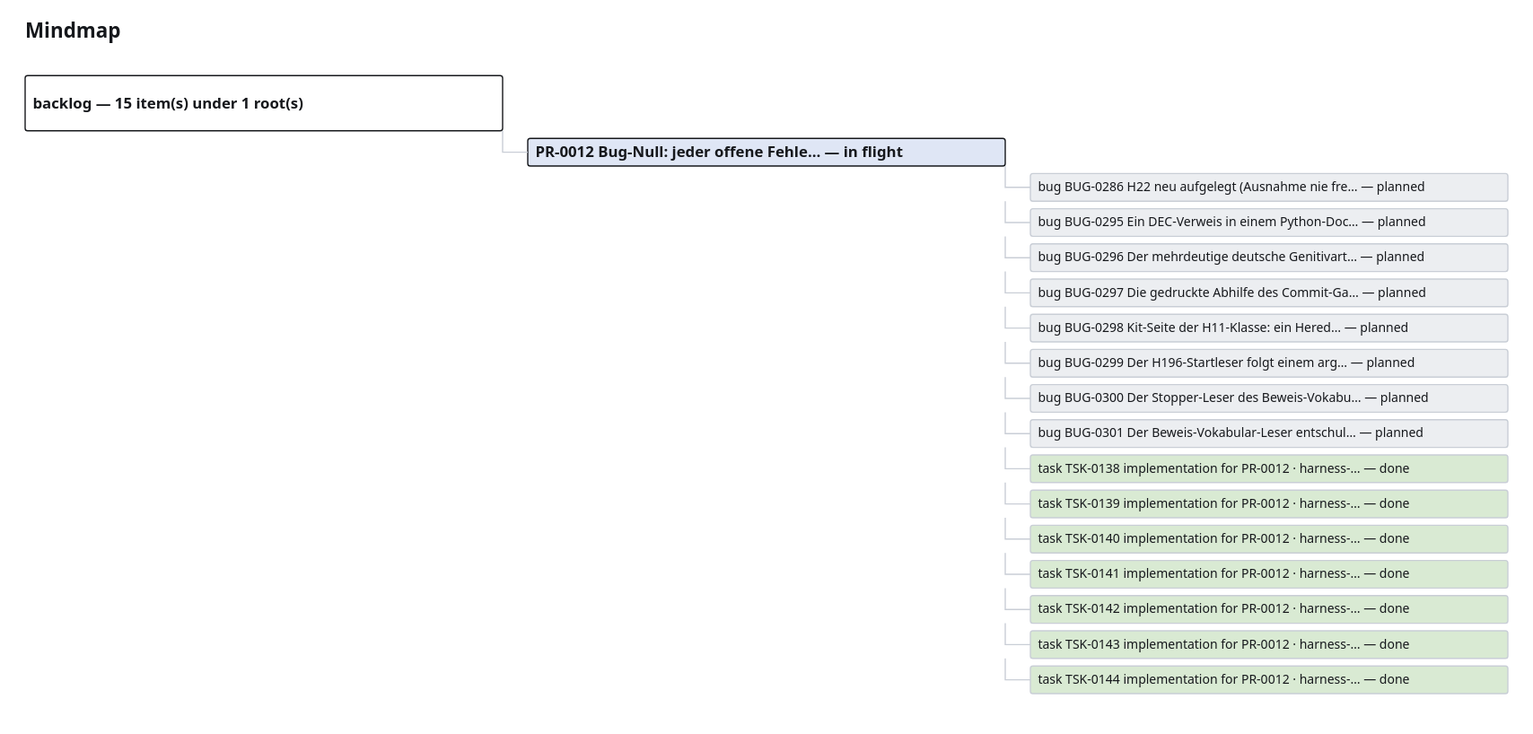
This is project_memory/generated/mindmap.drawio.svg from GiaZenX/harness, a draw.io export, as it was before one commit. Source tidied: cells renumbered, new cells last; positions are measured from the earlier drawing's top-left corner, leaving out a move shared by most shapes.
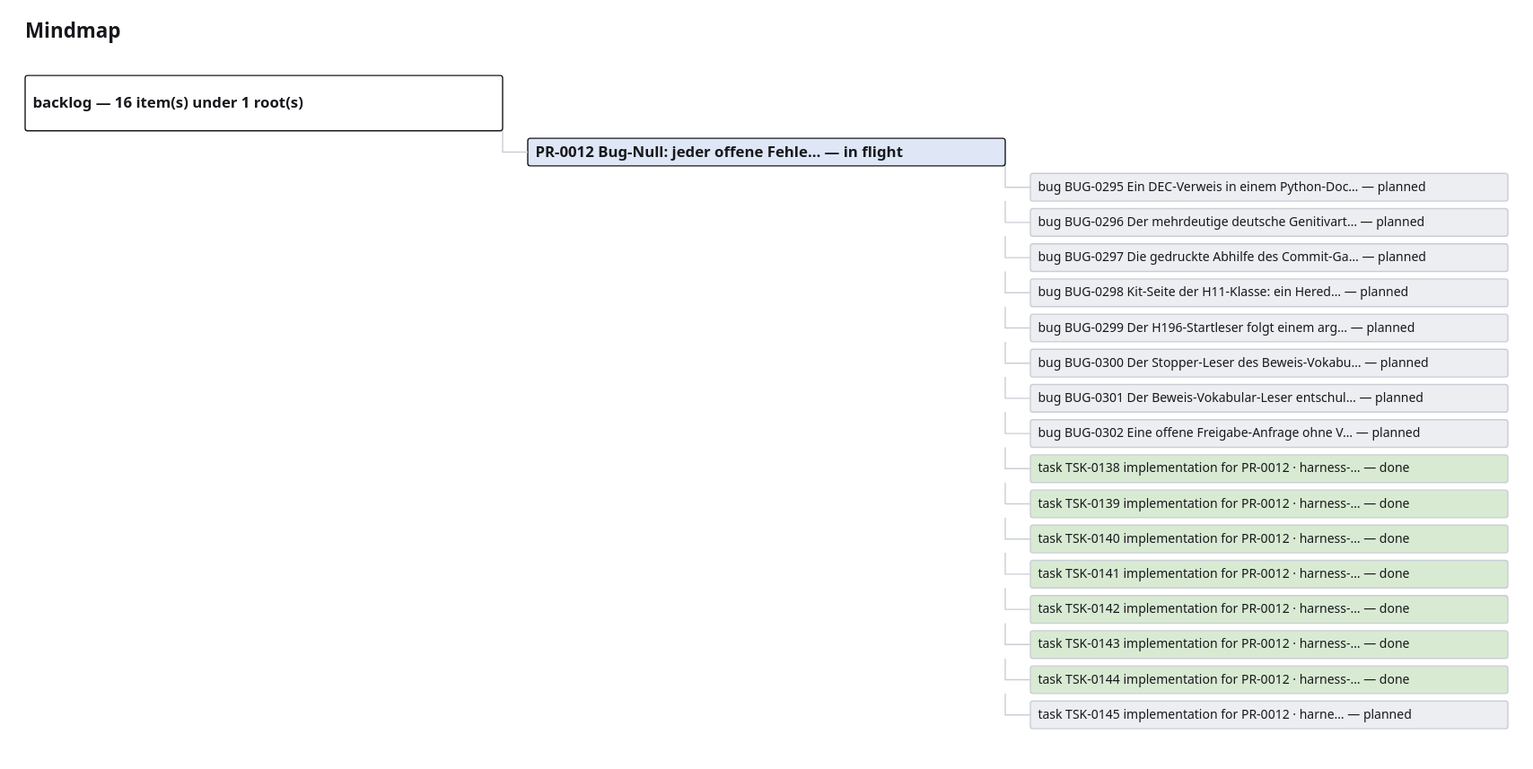
Above is the later version.

What changed in the source:
```diff
@@ -5,7 +5,7 @@
     <mxCell id="2" value="Mindmap" style="text;html=1;fontSize=16;fontStyle=1;" parent="1" vertex="1">
       <mxGeometry width="300" height="20" as="geometry" />
     </mxCell>
-    <mxCell id="3" value="backlog — 15 item(s) under 1 root(s)" style="rounded=1;whiteSpace=wrap;html=1;fillColor=#ffffff;strokeColor=#16181c;fontSize=12;fontStyle=1;" parent="1" vertex="1">
+    <mxCell id="3" value="backlog — 16 item(s) under 1 root(s)" style="rounded=1;whiteSpace=wrap;html=1;fillColor=#ffffff;strokeColor=#16181c;fontSize=12;fontStyle=1;" parent="1" vertex="1">
       <mxGeometry y="44" width="380" height="44" as="geometry" />
     </mxCell>
     <mxCell id="4" value="PR-0012 Bug-Null: jeder offene Fehle… — in flight" style="rounded=1;whiteSpace=wrap;html=1;fillColor=#dfe6f5;strokeColor=#16181c;fontSize=12;fontStyle=1;" parent="1" vertex="1">
@@ -14,49 +14,49 @@
     <mxCell id="5" style="edgeStyle=orthogonalEdgeStyle;endArrow=none;strokeColor=#c9ced6;" parent="1" edge="1" source="3" target="4">
       <mxGeometry relative="1" as="geometry" />
     </mxCell>
-    <mxCell id="6" value="bug BUG-0286 H22 neu aufgelegt (Ausnahme nie fre… — planned" style="rounded=1;whiteSpace=wrap;html=1;fillColor=#eceef1;strokeColor=#c9ced6;fontSize=10;" parent="1" vertex="1">
+    <mxCell id="6" value="bug BUG-0295 Ein DEC-Verweis in einem Python-Doc… — planned" style="rounded=1;whiteSpace=wrap;html=1;fillColor=#eceef1;strokeColor=#c9ced6;fontSize=10;" parent="1" vertex="1">
       <mxGeometry x="800" y="122" width="380" height="22" as="geometry" />
     </mxCell>
     <mxCell id="7" style="edgeStyle=orthogonalEdgeStyle;endArrow=none;strokeColor=#c9ced6;" parent="1" edge="1" source="4" target="6">
       <mxGeometry relative="1" as="geometry" />
     </mxCell>
-    <mxCell id="8" value="bug BUG-0295 Ein DEC-Verweis in einem Python-Doc… — planned" style="rounded=1;whiteSpace=wrap;html=1;fillColor=#eceef1;strokeColor=#c9ced6;fontSize=10;" parent="1" vertex="1">
+    <mxCell id="8" value="bug BUG-0296 Der mehrdeutige deutsche Genitivart… — planned" style="rounded=1;whiteSpace=wrap;html=1;fillColor=#eceef1;strokeColor=#c9ced6;fontSize=10;" parent="1" vertex="1">
       <mxGeometry x="800" y="150" width="380" height="22" as="geometry" />
     </mxCell>
     <mxCell id="9" style="edgeStyle=orthogonalEdgeStyle;endArrow=none;strokeColor=#c9ced6;" parent="1" edge="1" source="4" target="8">
       <mxGeometry relative="1" as="geometry" />
     </mxCell>
-    <mxCell id="10" value="bug BUG-0296 Der mehrdeutige deutsche Genitivart… — planned" style="rounded=1;whiteSpace=wrap;html=1;fillColor=#eceef1;strokeColor=#c9ced6;fontSize=10;" parent="1" vertex="1">
+    <mxCell id="10" value="bug BUG-0297 Die gedruckte Abhilfe des Commit-Ga… — planned" style="rounded=1;whiteSpace=wrap;html=1;fillColor=#eceef1;strokeColor=#c9ced6;fontSize=10;" parent="1" vertex="1">
       <mxGeometry x="800" y="178" width="380" height="22" as="geometry" />
     </mxCell>
     <mxCell id="11" style="edgeStyle=orthogonalEdgeStyle;endArrow=none;strokeColor=#c9ced6;" parent="1" edge="1" source="4" target="10">
       <mxGeometry relative="1" as="geometry" />
     </mxCell>
-    <mxCell id="12" value="bug BUG-0297 Die gedruckte Abhilfe des Commit-Ga… — planned" style="rounded=1;whiteSpace=wrap;html=1;fillColor=#eceef1;strokeColor=#c9ced6;fontSize=10;" parent="1" vertex="1">
+    <mxCell id="12" value="bug BUG-0298 Kit-Seite der H11-Klasse: ein Hered… — planned" style="rounded=1;whiteSpace=wrap;html=1;fillColor=#eceef1;strokeColor=#c9ced6;fontSize=10;" parent="1" vertex="1">
       <mxGeometry x="800" y="206" width="380" height="22" as="geometry" />
     </mxCell>
     <mxCell id="13" style="edgeStyle=orthogonalEdgeStyle;endArrow=none;strokeColor=#c9ced6;" parent="1" edge="1" source="4" target="12">
       <mxGeometry relative="1" as="geometry" />
     </mxCell>
-    <mxCell id="14" value="bug BUG-0298 Kit-Seite der H11-Klasse: ein Hered… — planned" style="rounded=1;whiteSpace=wrap;html=1;fillColor=#eceef1;strokeColor=#c9ced6;fontSize=10;" parent="1" vertex="1">
+    <mxCell id="14" value="bug BUG-0299 Der H196-Startleser folgt einem arg… — planned" style="rounded=1;whiteSpace=wrap;html=1;fillColor=#eceef1;strokeColor=#c9ced6;fontSize=10;" parent="1" vertex="1">
       <mxGeometry x="800" y="234" width="380" height="22" as="geometry" />
     </mxCell>
     <mxCell id="15" style="edgeStyle=orthogonalEdgeStyle;endArrow=none;strokeColor=#c9ced6;" parent="1" edge="1" source="4" target="14">
       <mxGeometry relative="1" as="geometry" />
     </mxCell>
-    <mxCell id="16" value="bug BUG-0299 Der H196-Startleser folgt einem arg… — planned" style="rounded=1;whiteSpace=wrap;html=1;fillColor=#eceef1;strokeColor=#c9ced6;fontSize=10;" parent="1" vertex="1">
+    <mxCell id="16" value="bug BUG-0300 Der Stopper-Leser des Beweis-Vokabu… — planned" style="rounded=1;whiteSpace=wrap;html=1;fillColor=#eceef1;strokeColor=#c9ced6;fontSize=10;" parent="1" vertex="1">
       <mxGeometry x="800" y="262" width="380" height="22" as="geometry" />
     </mxCell>
     <mxCell id="17" style="edgeStyle=orthogonalEdgeStyle;endArrow=none;strokeColor=#c9ced6;" parent="1" edge="1" source="4" target="16">
       <mxGeometry relative="1" as="geometry" />
     </mxCell>
-    <mxCell id="18" value="bug BUG-0300 Der Stopper-Leser des Beweis-Vokabu… — planned" style="rounded=1;whiteSpace=wrap;html=1;fillColor=#eceef1;strokeColor=#c9ced6;fontSize=10;" parent="1" vertex="1">
+    <mxCell id="18" value="bug BUG-0301 Der Beweis-Vokabular-Leser entschul… — planned" style="rounded=1;whiteSpace=wrap;html=1;fillColor=#eceef1;strokeColor=#c9ced6;fontSize=10;" parent="1" vertex="1">
       <mxGeometry x="800" y="290" width="380" height="22" as="geometry" />
     </mxCell>
     <mxCell id="19" style="edgeStyle=orthogonalEdgeStyle;endArrow=none;strokeColor=#c9ced6;" parent="1" edge="1" source="4" target="18">
       <mxGeometry relative="1" as="geometry" />
     </mxCell>
-    <mxCell id="20" value="bug BUG-0301 Der Beweis-Vokabular-Leser entschul… — planned" style="rounded=1;whiteSpace=wrap;html=1;fillColor=#eceef1;strokeColor=#c9ced6;fontSize=10;" parent="1" vertex="1">
+    <mxCell id="20" value="bug BUG-0302 Eine offene Freigabe-Anfrage ohne V… — planned" style="rounded=1;whiteSpace=wrap;html=1;fillColor=#eceef1;strokeColor=#c9ced6;fontSize=10;" parent="1" vertex="1">
       <mxGeometry x="800" y="318" width="380" height="22" as="geometry" />
     </mxCell>
     <mxCell id="21" style="edgeStyle=orthogonalEdgeStyle;endArrow=none;strokeColor=#c9ced6;" parent="1" edge="1" source="4" target="20">
@@ -104,5 +104,11 @@
     <mxCell id="35" style="edgeStyle=orthogonalEdgeStyle;endArrow=none;strokeColor=#c9ced6;" parent="1" edge="1" source="4" target="34">
       <mxGeometry relative="1" as="geometry" />
     </mxCell>
+    <mxCell id="36" value="task TSK-0145 implementation for PR-0012 · harne… — planned" style="rounded=1;whiteSpace=wrap;html=1;fillColor=#eceef1;strokeColor=#c9ced6;fontSize=10;" parent="1" vertex="1">
+      <mxGeometry x="800" y="542" width="380" height="22" as="geometry" />
+    </mxCell>
+    <mxCell id="37" style="edgeStyle=orthogonalEdgeStyle;endArrow=none;strokeColor=#c9ced6;" parent="1" edge="1" source="4" target="36">
+      <mxGeometry relative="1" as="geometry" />
+    </mxCell>
   </root>
 </mxGraphModel>
```
